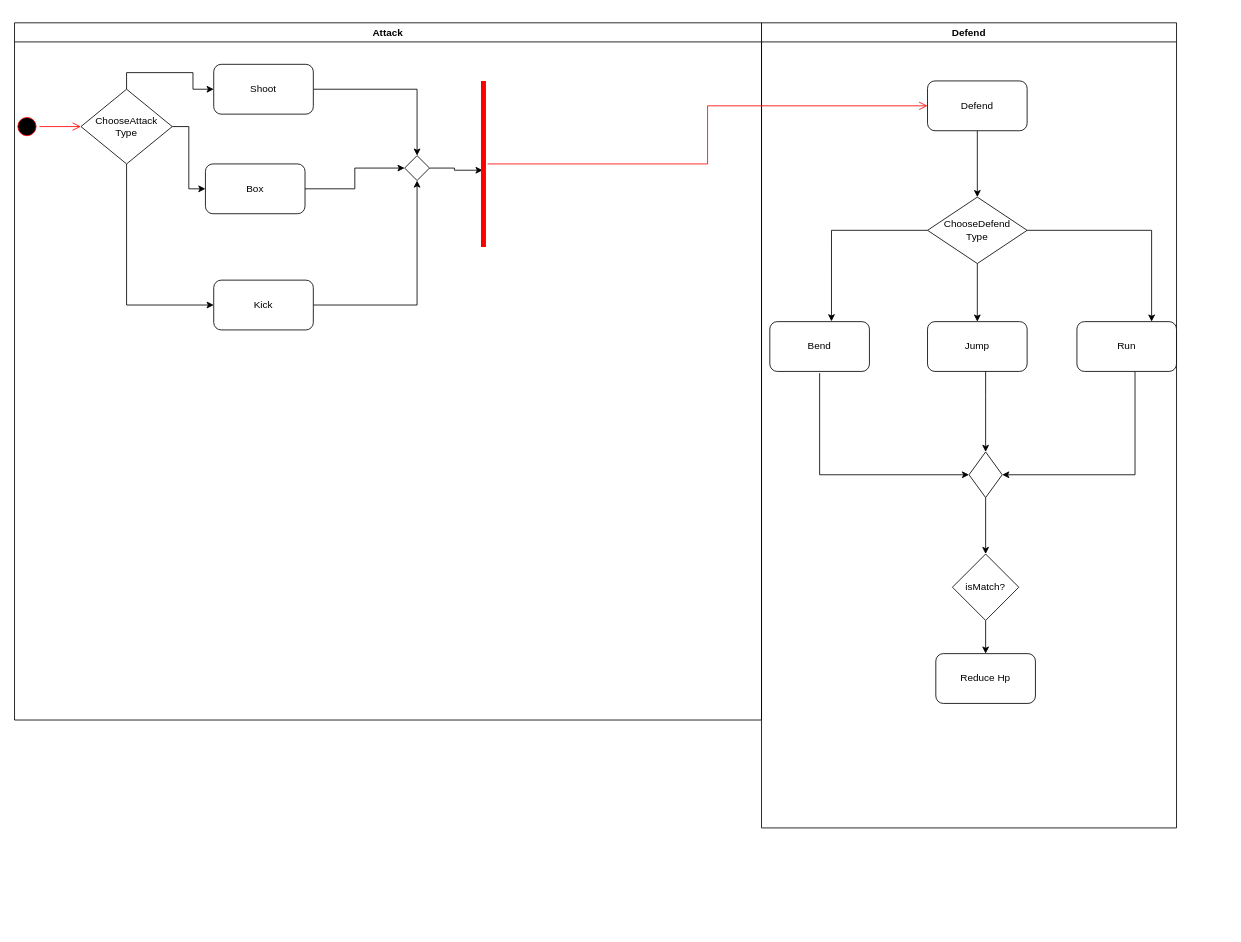
LeloKarma/website keeps this draw.io diagram as page "Page-2" (2 of 3) of GameActivity.drawio. Above is the earlier version. Source tidied: cells renumbered, new cells numbered last; positions are measured from the earlier drawing's top-left corner, leaving out a move shared by most shapes. Both pictures are drawn from the tidied source at 83%, with x=0, y=0 at pixel (14, 22).
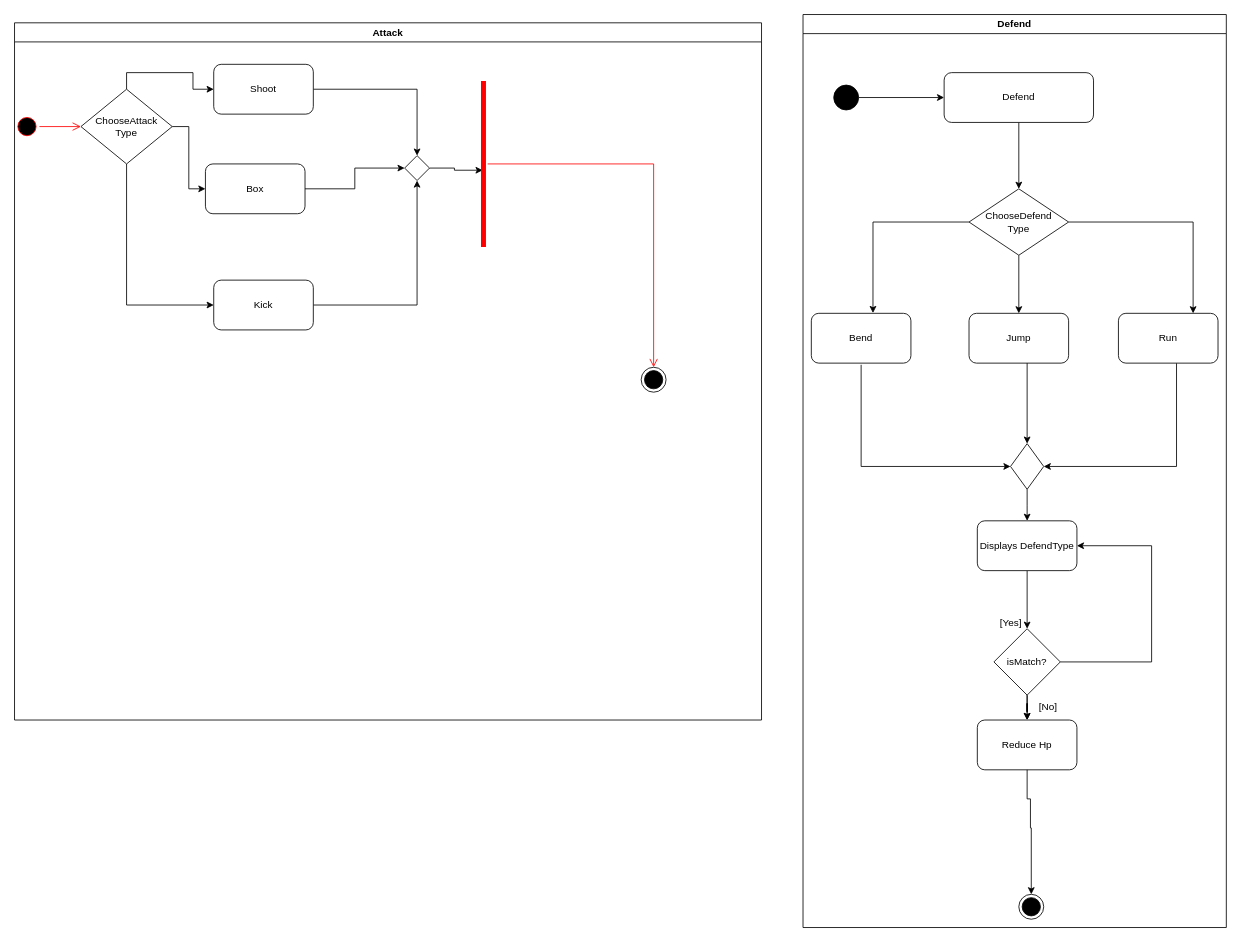
The same page after the edit.

The change refers to these unchanged cells:
```xml
<mxCell id="2" value="Attack" style="swimlane;whiteSpace=wrap;html=1;" parent="1" vertex="1">
  <mxGeometry width="900" height="840" as="geometry" />
</mxCell>
<mxCell id="17" style="shape=line;html=1;strokeWidth=6;strokeColor=#ff0000;direction=south;" parent="2" vertex="1">
  <mxGeometry x="560" y="70" width="10" height="200" as="geometry" />
</mxCell>
<mxCell id="31" style="rhombus;whiteSpace=wrap;html=1;" parent="18" vertex="1">
  <mxGeometry x="250" y="517" width="40" height="55" as="geometry" />
</mxCell>
```

Diff of the diagram source:
```diff
@@
+    <mxCell id="37" style="ellipse;html=1;shape=endState;fillColor=strokeColor;" parent="2" vertex="1">
+      <mxGeometry x="755" y="415" width="30" height="30" as="geometry" />
+    </mxCell>
+    <mxCell id="36" style="edgeStyle=orthogonalEdgeStyle;html=1;verticalAlign=bottom;endArrow=open;endSize=8;strokeColor=#ff0000;rounded=0;" parent="2" edge="1" source="17" target="37">
+      <mxGeometry relative="1" as="geometry" />
+    </mxCell>
     <mxCell id="18" value="Defend" style="swimlane;whiteSpace=wrap;html=1;" parent="1" vertex="1">
-      <mxGeometry x="900" width="500" height="970" as="geometry" />
+      <mxGeometry x="950" y="-10" width="510" height="1100" as="geometry" />
     </mxCell>
@@
     <mxCell id="20" value="Defend" style="rounded=1;whiteSpace=wrap;html=1;" parent="18" vertex="1">
-      <mxGeometry x="200" y="70" width="120" height="60" as="geometry" />
+      <mxGeometry x="170" y="70" width="180" height="60" as="geometry" />
     </mxCell>
@@
-    <mxCell id="30" style="edgeStyle=orthogonalEdgeStyle;rounded=0;jettySize=auto;html=1;entryX=0.5;entryY=0;entryDx=0;entryDy=0;" parent="18" edge="1" source="31" target="34">
-      <mxGeometry relative="1" as="geometry" />
+    <mxCell id="30" style="edgeStyle=orthogonalEdgeStyle;rounded=0;jettySize=auto;html=1;" parent="18" edge="1" source="31">
+      <mxGeometry relative="1" as="geometry">
+        <mxPoint x="270" y="610" as="targetPoint" />
+      </mxGeometry>
     </mxCell>
@@
+    <mxCell id="38" style="edgeStyle=orthogonalEdgeStyle;rounded=0;jettySize=auto;html=1;" parent="18" edge="1" source="34" target="35">
+      <mxGeometry relative="1" as="geometry" />
+    </mxCell>
+    <mxCell id="39" style="edgeStyle=orthogonalEdgeStyle;rounded=0;jettySize=auto;html=1;entryX=1;entryY=0.5;entryDx=0;entryDy=0;" parent="18" edge="1" source="34" target="43">
+      <mxGeometry relative="1" as="geometry">
+        <Array as="points">
+          <mxPoint x="420" y="780" />
+          <mxPoint x="420" y="640" />
+        </Array>
+      </mxGeometry>
+    </mxCell>
     <mxCell id="34" value="isMatch?" style="rhombus;whiteSpace=wrap;html=1;" parent="18" vertex="1">
-      <mxGeometry x="230" y="640" width="80" height="80" as="geometry" />
+      <mxGeometry x="230" y="740" width="80" height="80" as="geometry" />
     </mxCell>
     <mxCell id="35" value="Reduce Hp" style="rounded=1;whiteSpace=wrap;html=1;" parent="18" vertex="1">
-      <mxGeometry x="210" y="760" width="120" height="60" as="geometry" />
+      <mxGeometry x="210" y="850" width="120" height="60" as="geometry" />
     </mxCell>
-    <mxCell id="36" style="edgeStyle=orthogonalEdgeStyle;html=1;verticalAlign=bottom;endArrow=open;endSize=8;strokeColor=#ff0000;rounded=0;entryX=0;entryY=0.5;entryDx=0;entryDy=0;" parent="1" edge="1" source="17" target="20">
-      <mxGeometry relative="1" as="geometry" />
-    </mxCell>
+    <mxCell id="40" style="edgeStyle=orthogonalEdgeStyle;rounded=0;jettySize=auto;html=1;entryX=0;entryY=0.5;entryDx=0;entryDy=0;" parent="18" edge="1" source="41" target="20">
+      <mxGeometry relative="1" as="geometry" />
+    </mxCell>
+    <mxCell id="41" style="ellipse;fillColor=strokeColor;html=1;" parent="18" vertex="1">
+      <mxGeometry x="37" y="85" width="30" height="30" as="geometry" />
+    </mxCell>
+    <mxCell id="42" style="edgeStyle=orthogonalEdgeStyle;rounded=0;jettySize=auto;html=1;entryX=0.5;entryY=0;entryDx=0;entryDy=0;" parent="18" edge="1" source="43" target="34">
+      <mxGeometry relative="1" as="geometry" />
+    </mxCell>
+    <mxCell id="43" value="Displays DefendType" style="rounded=1;whiteSpace=wrap;html=1;" parent="18" vertex="1">
+      <mxGeometry x="210" y="610" width="120" height="60" as="geometry" />
+    </mxCell>
+    <mxCell id="44" value="[No]" style="text;html=1;align=center;verticalAlign=middle;strokeColor=none;fillColor=none;" parent="18" vertex="1">
+      <mxGeometry x="270" y="820" width="50" height="30" as="geometry" />
+    </mxCell>
+    <mxCell id="45" value="[Yes]" style="text;html=1;align=center;verticalAlign=middle;strokeColor=none;fillColor=none;" parent="1" vertex="1">
+      <mxGeometry x="1175" y="708" width="50" height="30" as="geometry" />
+    </mxCell>
+    <mxCell id="46" style="ellipse;html=1;shape=endState;fillColor=strokeColor;" parent="1" vertex="1">
+      <mxGeometry x="1210" y="1050" width="30" height="30" as="geometry" />
+    </mxCell>
+    <mxCell id="47" style="edgeStyle=orthogonalEdgeStyle;rounded=0;jettySize=auto;html=1;entryX=0.5;entryY=0;entryDx=0;entryDy=0;" parent="1" edge="1" source="35" target="46">
+      <mxGeometry relative="1" as="geometry">
+        <Array as="points">
+          <mxPoint x="1220" y="935" />
+          <mxPoint x="1224" y="935" />
+          <mxPoint x="1224" y="970" />
+        </Array>
+      </mxGeometry>
+    </mxCell>
```
